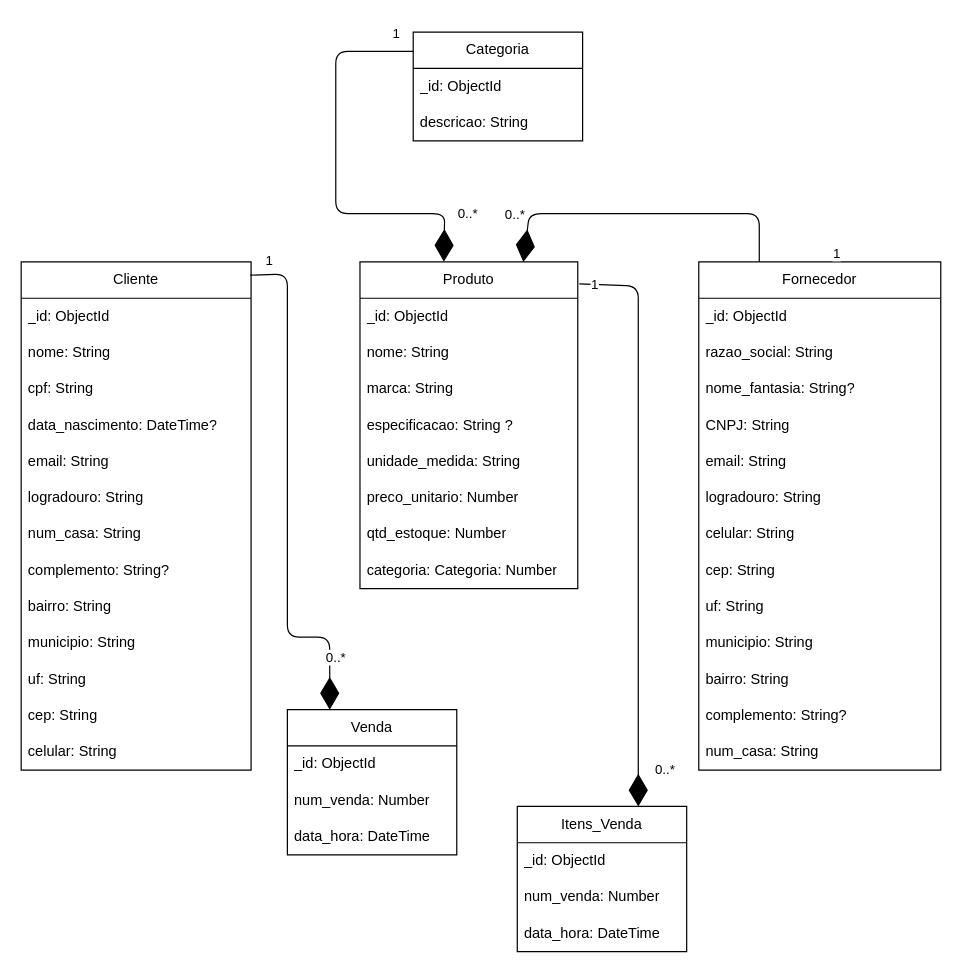
faustocintra/bn-not-2024-2 keeps this draw.io diagram as Docs/Formas.drawio. Above is the earlier version. Source tidied: cells renumbered, new cells numbered last; positions are measured from the earlier drawing's top-left corner, leaving out a move shared by most shapes. Both pictures are drawn from the tidied source at 121%, with x=0, y=0 at pixel (21, 31).
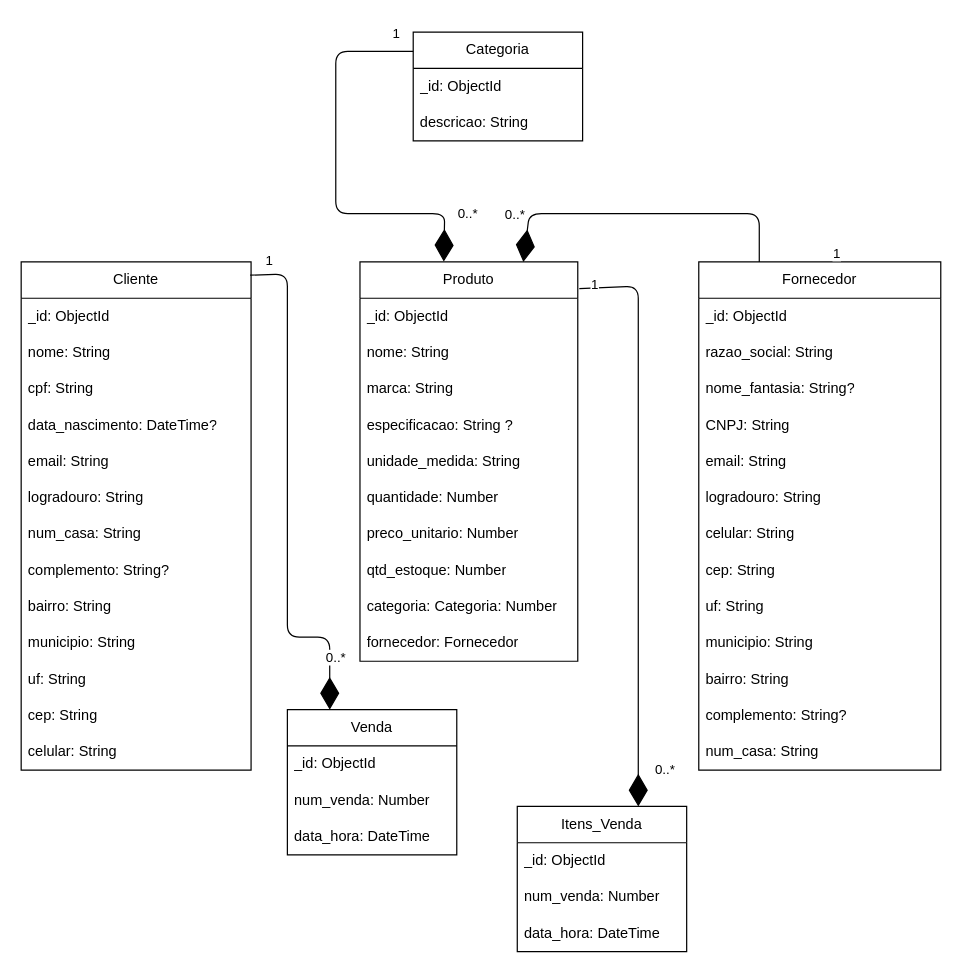
The same diagram, later.

What changed in the source:
```diff
@@
     <mxCell id="33" value="Produto" style="swimlane;fontStyle=0;horizontal=1;startSize=30;whiteSpace=wrap;html=1;" parent="1" vertex="1">
-      <mxGeometry x="280" y="190" width="180" height="270" as="geometry" />
+      <mxGeometry x="280" y="190" width="180" height="330" as="geometry" />
     </mxCell>
@@
+    <mxCell id="62" value="quantidade: Number" style="text;strokeColor=none;fillColor=none;align=left;verticalAlign=middle;spacingLeft=4;spacingRight=4;overflow=hidden;whiteSpace=wrap;html=1;" parent="33" vertex="1">
+      <mxGeometry y="180" width="180" height="30" as="geometry" />
+    </mxCell>
     <mxCell id="39" value="preco_unitario: Number" style="text;strokeColor=none;fillColor=none;align=left;verticalAlign=middle;spacingLeft=4;spacingRight=4;overflow=hidden;whiteSpace=wrap;html=1;" parent="33" vertex="1">
-      <mxGeometry y="180" width="180" height="30" as="geometry" />
+      <mxGeometry y="210" width="180" height="30" as="geometry" />
     </mxCell>
     <mxCell id="40" value="qtd_estoque: Number" style="text;strokeColor=none;fillColor=none;align=left;verticalAlign=middle;spacingLeft=4;spacingRight=4;overflow=hidden;whiteSpace=wrap;html=1;" parent="33" vertex="1">
-      <mxGeometry y="210" width="180" height="30" as="geometry" />
+      <mxGeometry y="240" width="180" height="30" as="geometry" />
     </mxCell>
     <mxCell id="41" value="categoria: Categoria: Number" style="text;strokeColor=none;fillColor=none;align=left;verticalAlign=middle;spacingLeft=4;spacingRight=4;overflow=hidden;whiteSpace=wrap;html=1;" parent="33" vertex="1">
-      <mxGeometry y="240" width="180" height="30" as="geometry" />
+      <mxGeometry y="270" width="180" height="30" as="geometry" />
     </mxCell>
+    <mxCell id="63" value="fornecedor: Fornecedor" style="text;strokeColor=none;fillColor=none;align=left;verticalAlign=middle;spacingLeft=4;spacingRight=4;overflow=hidden;whiteSpace=wrap;html=1;" parent="33" vertex="1">
+      <mxGeometry y="300" width="180" height="30" as="geometry" />
+    </mxCell>
```
